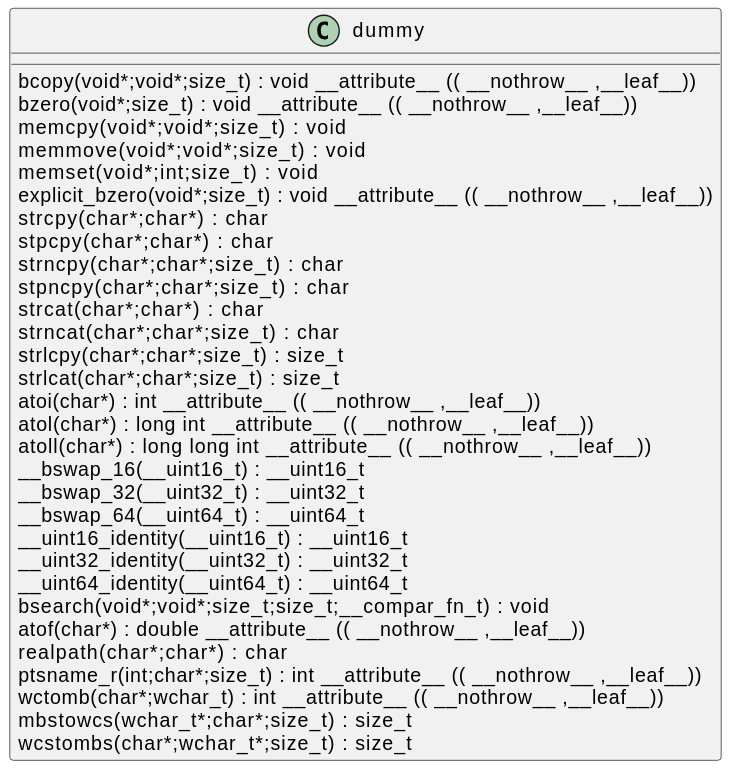
qualitesys/openssl keeps this PlantUML diagram as docs/qc/ssl/statem/extensions.c.svg. Above is the earlier version. Its diagram source:
```plantuml
@startuml
!pragma layout smetana
class dummy {
bcopy(void*;void*;size_t) :  void  __attribute__ (( __nothrow__ ,__leaf__)) [[[./../../.././qc/ssl/statem/extensions.c.html#332]]]
bzero(void*;size_t) :  void  __attribute__ (( __nothrow__ ,__leaf__)) [[[./../../.././qc/ssl/statem/extensions.c.html#339]]]
memcpy(void*;void*;size_t) :  void  [[[./../../.././qc/ssl/statem/extensions.c.html#393]]]
memmove(void*;void*;size_t) :  void  [[[./../../.././qc/ssl/statem/extensions.c.html#401]]]
memset(void*;int;size_t) :  void  [[[./../../.././qc/ssl/statem/extensions.c.html#408]]]
explicit_bzero(void*;size_t) :  void  __attribute__ (( __nothrow__ ,__leaf__)) [[[./../../.././qc/ssl/statem/extensions.c.html#421]]]
strcpy(char*;char*) :  char  [[[./../../.././qc/ssl/statem/extensions.c.html#428]]]
stpcpy(char*;char*) :  char  [[[./../../.././qc/ssl/statem/extensions.c.html#435]]]
strncpy(char*;char*;size_t) :  char  [[[./../../.././qc/ssl/statem/extensions.c.html#443]]]
stpncpy(char*;char*;size_t) :  char  [[[./../../.././qc/ssl/statem/extensions.c.html#453]]]
strcat(char*;char*) :  char  [[[./../../.././qc/ssl/statem/extensions.c.html#460]]]
strncat(char*;char*;size_t) :  char  [[[./../../.././qc/ssl/statem/extensions.c.html#467]]]
strlcpy(char*;char*;size_t) : size_t [[[./../../.././qc/ssl/statem/extensions.c.html#482]]]
strlcat(char*;char*;size_t) : size_t [[[./../../.././qc/ssl/statem/extensions.c.html#499]]]
atoi(char*) :  int  __attribute__ (( __nothrow__ ,__leaf__)) [[[./../../.././qc/ssl/statem/extensions.c.html#652]]]
atol(char*) :  long  int  __attribute__ (( __nothrow__ ,__leaf__)) [[[./../../.././qc/ssl/statem/extensions.c.html#657]]]
atoll(char*) :  long  long  int  __attribute__ (( __nothrow__ ,__leaf__)) [[[./../../.././qc/ssl/statem/extensions.c.html#664]]]
__bswap_16(__uint16_t) : __uint16_t [[[./../../.././qc/ssl/statem/extensions.c.html#964]]]
__bswap_32(__uint32_t) : __uint32_t [[[./../../.././qc/ssl/statem/extensions.c.html#979]]]
__bswap_64(__uint64_t) : __uint64_t [[[./../../.././qc/ssl/statem/extensions.c.html#989]]]
__uint16_identity(__uint16_t) : __uint16_t [[[./../../.././qc/ssl/statem/extensions.c.html#1001]]]
__uint32_identity(__uint32_t) : __uint32_t [[[./../../.././qc/ssl/statem/extensions.c.html#1007]]]
__uint64_identity(__uint64_t) : __uint64_t [[[./../../.././qc/ssl/statem/extensions.c.html#1013]]]
bsearch(void*;void*;size_t;size_t;__compar_fn_t) :  void  [[[./../../.././qc/ssl/statem/extensions.c.html#1697]]]
atof(char*) :  double  __attribute__ (( __nothrow__ ,__leaf__)) [[[./../../.././qc/ssl/statem/extensions.c.html#1]]]
realpath(char*;char*) :  char  [[[./../../.././qc/ssl/statem/extensions.c.html#1]]]
ptsname_r(int;char*;size_t) :  int  __attribute__ (( __nothrow__ ,__leaf__)) [[[./../../.././qc/ssl/statem/extensions.c.html#1]]]
wctomb(char*;wchar_t) :  int  __attribute__ (( __nothrow__ ,__leaf__)) [[[./../../.././qc/ssl/statem/extensions.c.html#1]]]
mbstowcs(wchar_t*;char*;size_t) : size_t [[[./../../.././qc/ssl/statem/extensions.c.html#1]]]
wcstombs(char*;wchar_t*;size_t) : size_t [[[./../../.././qc/ssl/statem/extensions.c.html#1]]]
}
@enduml
```
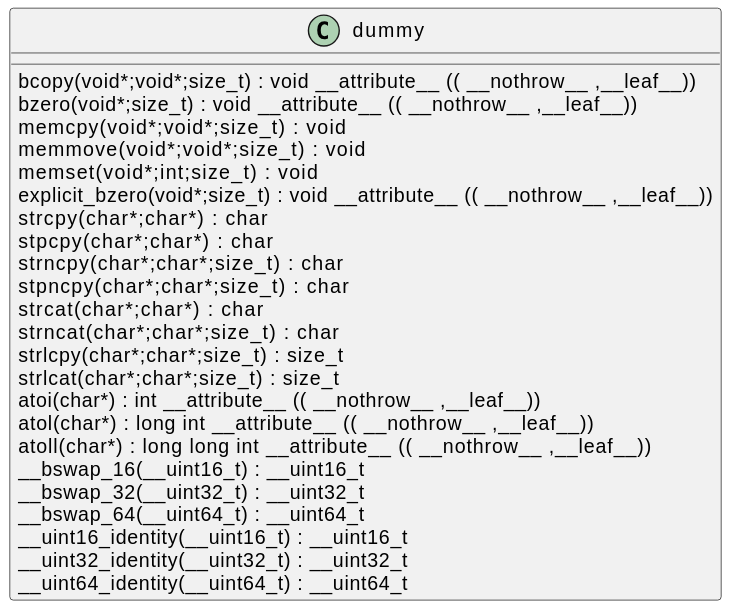
Above is the later version.

Diff of the diagram source:
```diff
@@ -24,12 +24,5 @@
 __uint16_identity(__uint16_t) : __uint16_t [[[./../../.././qc/ssl/statem/extensions.c.html#1001]]]
 __uint32_identity(__uint32_t) : __uint32_t [[[./../../.././qc/ssl/statem/extensions.c.html#1007]]]
 __uint64_identity(__uint64_t) : __uint64_t [[[./../../.././qc/ssl/statem/extensions.c.html#1013]]]
-bsearch(void*;void*;size_t;size_t;__compar_fn_t) :  void  [[[./../../.././qc/ssl/statem/extensions.c.html#1697]]]
-atof(char*) :  double  __attribute__ (( __nothrow__ ,__leaf__)) [[[./../../.././qc/ssl/statem/extensions.c.html#1]]]
-realpath(char*;char*) :  char  [[[./../../.././qc/ssl/statem/extensions.c.html#1]]]
-ptsname_r(int;char*;size_t) :  int  __attribute__ (( __nothrow__ ,__leaf__)) [[[./../../.././qc/ssl/statem/extensions.c.html#1]]]
-wctomb(char*;wchar_t) :  int  __attribute__ (( __nothrow__ ,__leaf__)) [[[./../../.././qc/ssl/statem/extensions.c.html#1]]]
-mbstowcs(wchar_t*;char*;size_t) : size_t [[[./../../.././qc/ssl/statem/extensions.c.html#1]]]
-wcstombs(char*;wchar_t*;size_t) : size_t [[[./../../.././qc/ssl/statem/extensions.c.html#1]]]
 }
 @enduml
```
